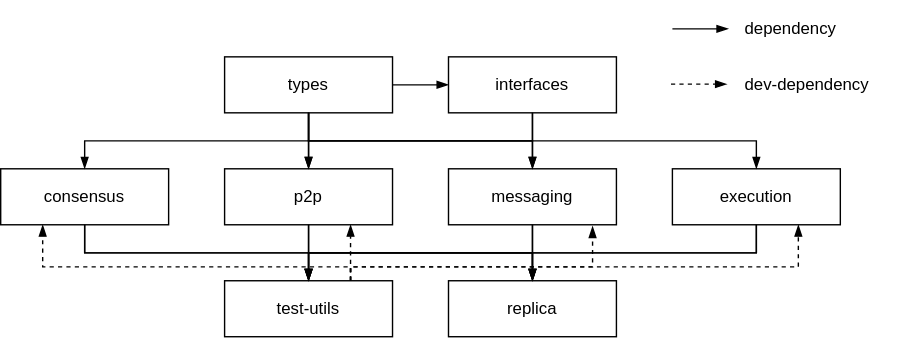
Above: images/03-dep-hubs.svg in roman-kashitsyn/mmapped.blog (draw.io), before the change. Source tidied: cells renumbered, new cells last; positions are measured from the earlier drawing's top-left corner, leaving out a move shared by most shapes.
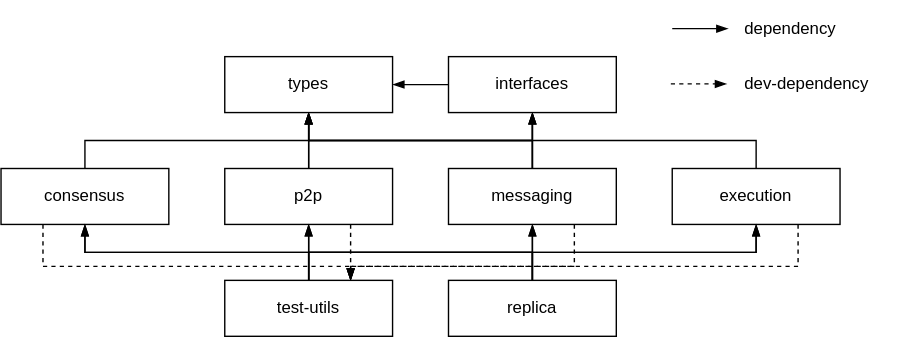
After the commit.

The edit, as a diff of the source:
```diff
@@ -2,102 +2,149 @@
   <root>
     <mxCell id="0" />
     <mxCell id="1" parent="0" />
-    <mxCell id="2" style="edgeStyle=orthogonalEdgeStyle;rounded=0;jettySize=auto;html=1;exitX=0.5;exitY=1;exitDx=0;exitDy=0;entryX=0.5;entryY=0;entryDx=0;entryDy=0;endArrow=blockThin;endFill=1;" parent="1" edge="1" source="7" target="16">
+    <mxCell id="2" style="edgeStyle=orthogonalEdgeStyle;rounded=0;jettySize=auto;html=1;exitX=0.5;exitY=0;exitDx=0;exitDy=0;entryX=0.5;entryY=1;entryDx=0;entryDy=0;endArrow=blockThin;endFill=1;" parent="1" edge="1" source="16" target="7">
       <mxGeometry relative="1" as="geometry" />
     </mxCell>
-    <mxCell id="3" style="edgeStyle=orthogonalEdgeStyle;rounded=0;jettySize=auto;html=1;exitX=0.5;exitY=1;exitDx=0;exitDy=0;entryX=0.5;entryY=0;entryDx=0;entryDy=0;endArrow=blockThin;endFill=1;" parent="1" edge="1" source="7" target="13">
+    <mxCell id="3" style="edgeStyle=orthogonalEdgeStyle;rounded=0;jettySize=auto;html=1;exitX=0.5;exitY=0;exitDx=0;exitDy=0;entryX=0.5;entryY=1;entryDx=0;entryDy=0;endArrow=blockThin;endFill=1;" parent="1" edge="1" source="13" target="7">
       <mxGeometry relative="1" as="geometry" />
     </mxCell>
-    <mxCell id="4" style="edgeStyle=orthogonalEdgeStyle;rounded=0;jettySize=auto;html=1;exitX=0.5;exitY=1;exitDx=0;exitDy=0;entryX=0.5;entryY=0;entryDx=0;entryDy=0;endArrow=blockThin;endFill=1;" parent="1" edge="1" source="7" target="19">
+    <mxCell id="4" style="edgeStyle=orthogonalEdgeStyle;rounded=0;jettySize=auto;html=1;exitX=0.5;exitY=0;exitDx=0;exitDy=0;entryX=0.5;entryY=1;entryDx=0;entryDy=0;endArrow=blockThin;endFill=1;" parent="1" edge="1" source="19" target="7">
       <mxGeometry relative="1" as="geometry" />
     </mxCell>
-    <mxCell id="5" style="edgeStyle=orthogonalEdgeStyle;rounded=0;jettySize=auto;html=1;exitX=0.5;exitY=1;exitDx=0;exitDy=0;endArrow=blockThin;endFill=1;" parent="1" edge="1" source="7" target="22">
-      <mxGeometry relative="1" as="geometry" />
+    <mxCell id="5" style="edgeStyle=orthogonalEdgeStyle;rounded=0;jettySize=auto;html=1;endArrow=blockThin;endFill=1;entryX=0.5;entryY=1;entryDx=0;entryDy=0;" parent="1" edge="1" source="22" target="7">
+      <mxGeometry relative="1" as="geometry">
+        <Array as="points">
+          <mxPoint x="540" y="100" />
+          <mxPoint x="220" y="100" />
+        </Array>
+      </mxGeometry>
     </mxCell>
-    <mxCell id="6" style="edgeStyle=orthogonalEdgeStyle;rounded=0;jettySize=auto;html=1;exitX=1;exitY=0.5;exitDx=0;exitDy=0;entryX=0;entryY=0.5;entryDx=0;entryDy=0;endArrow=blockThin;endFill=1;" parent="1" edge="1" source="7" target="10">
+    <mxCell id="6" style="edgeStyle=orthogonalEdgeStyle;rounded=0;jettySize=auto;html=1;exitX=0;exitY=0.5;exitDx=0;exitDy=0;entryX=1;entryY=0.5;entryDx=0;entryDy=0;endArrow=blockThin;endFill=1;" parent="1" edge="1" source="10" target="7">
       <mxGeometry relative="1" as="geometry" />
     </mxCell>
     <mxCell id="7" value="types" style="rounded=0;whiteSpace=wrap;html=1;fillColor=none;" parent="1" vertex="1">
       <mxGeometry x="160" y="40" width="120" height="40" as="geometry" />
     </mxCell>
-    <mxCell id="8" style="edgeStyle=orthogonalEdgeStyle;rounded=0;jettySize=auto;html=1;exitX=0.5;exitY=1;exitDx=0;exitDy=0;entryX=0.5;entryY=0;entryDx=0;entryDy=0;endArrow=blockThin;endFill=1;" parent="1" edge="1" source="10" target="19">
-      <mxGeometry relative="1" as="geometry" />
+    <mxCell id="8" style="edgeStyle=orthogonalEdgeStyle;rounded=0;jettySize=auto;html=1;exitX=0.5;exitY=0;exitDx=0;exitDy=0;entryX=0.5;entryY=1;entryDx=0;entryDy=0;endArrow=blockThin;endFill=1;" parent="1" edge="1" source="19" target="10">
+      <mxGeometry relative="1" as="geometry">
+        <Array as="points">
+          <mxPoint x="380" y="110" />
+          <mxPoint x="380" y="110" />
+        </Array>
+      </mxGeometry>
     </mxCell>
-    <mxCell id="9" style="edgeStyle=orthogonalEdgeStyle;rounded=0;jettySize=auto;html=1;exitX=0.5;exitY=1;exitDx=0;exitDy=0;entryX=0.5;entryY=0;entryDx=0;entryDy=0;endArrow=blockThin;endFill=1;" parent="1" edge="1" source="10" target="16">
-      <mxGeometry relative="1" as="geometry" />
+    <mxCell id="9" style="edgeStyle=orthogonalEdgeStyle;rounded=0;jettySize=auto;html=1;exitX=0.5;exitY=0;exitDx=0;exitDy=0;entryX=0.5;entryY=1;entryDx=0;entryDy=0;endArrow=blockThin;endFill=1;" parent="1" edge="1" source="16" target="10">
+      <mxGeometry relative="1" as="geometry">
+        <Array as="points">
+          <mxPoint x="220" y="100" />
+          <mxPoint x="380" y="100" />
+        </Array>
+      </mxGeometry>
     </mxCell>
     <mxCell id="10" value="interfaces" style="rounded=0;whiteSpace=wrap;html=1;fillColor=none;" parent="1" vertex="1">
       <mxGeometry x="320" y="40" width="120" height="40" as="geometry" />
     </mxCell>
-    <mxCell id="11" style="edgeStyle=orthogonalEdgeStyle;rounded=0;jettySize=auto;html=1;exitX=0.5;exitY=1;exitDx=0;exitDy=0;endArrow=blockThin;endFill=1;" parent="1" edge="1" source="13">
-      <mxGeometry relative="1" as="geometry">
-        <mxPoint x="220" y="200" as="targetPoint" />
-      </mxGeometry>
+    <mxCell id="11" style="edgeStyle=orthogonalEdgeStyle;rounded=0;jettySize=auto;html=1;exitX=0.5;exitY=0;exitDx=0;exitDy=0;endArrow=blockThin;endFill=1;entryX=0.5;entryY=1;entryDx=0;entryDy=0;" parent="1" edge="1" source="28" target="13">
+      <mxGeometry relative="1" as="geometry" />
     </mxCell>
-    <mxCell id="12" style="edgeStyle=orthogonalEdgeStyle;rounded=0;jettySize=auto;html=1;exitX=0.5;exitY=1;exitDx=0;exitDy=0;endArrow=blockThin;endFill=1;" parent="1" edge="1" source="13" target="23">
-      <mxGeometry relative="1" as="geometry" />
+    <mxCell id="12" style="edgeStyle=orthogonalEdgeStyle;rounded=0;jettySize=auto;html=1;endArrow=blockThin;endFill=1;entryX=0.5;entryY=1;entryDx=0;entryDy=0;" parent="1" edge="1" source="23" target="13">
+      <mxGeometry relative="1" as="geometry">
+        <Array as="points">
+          <mxPoint x="380" y="180" />
+          <mxPoint x="60" y="180" />
+        </Array>
+      </mxGeometry>
     </mxCell>
     <mxCell id="13" value="consensus" style="rounded=0;whiteSpace=wrap;html=1;fillColor=none;" parent="1" vertex="1">
       <mxGeometry y="120" width="120" height="40" as="geometry" />
     </mxCell>
-    <mxCell id="14" style="edgeStyle=orthogonalEdgeStyle;rounded=0;jettySize=auto;html=1;exitX=0.5;exitY=1;exitDx=0;exitDy=0;entryX=0.5;entryY=0;entryDx=0;entryDy=0;endArrow=blockThin;endFill=1;" parent="1" edge="1" source="16" target="28">
-      <mxGeometry relative="1" as="geometry" />
+    <mxCell id="14" style="edgeStyle=orthogonalEdgeStyle;rounded=0;jettySize=auto;html=1;exitX=0.5;exitY=0;exitDx=0;exitDy=0;entryX=0.5;entryY=1;entryDx=0;entryDy=0;endArrow=blockThin;endFill=1;" parent="1" edge="1" source="28" target="16">
+      <mxGeometry relative="1" as="geometry">
+        <Array as="points">
+          <mxPoint x="220" y="180" />
+          <mxPoint x="220" y="180" />
+        </Array>
+      </mxGeometry>
     </mxCell>
-    <mxCell id="15" style="edgeStyle=orthogonalEdgeStyle;rounded=0;jettySize=auto;html=1;exitX=0.5;exitY=1;exitDx=0;exitDy=0;entryX=0.5;entryY=0;entryDx=0;entryDy=0;endArrow=blockThin;endFill=1;" parent="1" edge="1" source="16" target="23">
-      <mxGeometry relative="1" as="geometry" />
+    <mxCell id="15" style="edgeStyle=orthogonalEdgeStyle;rounded=0;jettySize=auto;html=1;exitX=0.5;exitY=0;exitDx=0;exitDy=0;entryX=0.5;entryY=1;entryDx=0;entryDy=0;endArrow=blockThin;endFill=1;" parent="1" edge="1" source="23" target="16">
+      <mxGeometry relative="1" as="geometry">
+        <Array as="points">
+          <mxPoint x="380" y="180" />
+          <mxPoint x="220" y="180" />
+        </Array>
+      </mxGeometry>
     </mxCell>
     <mxCell id="16" value="p2p" style="rounded=0;whiteSpace=wrap;html=1;fillColor=none;" parent="1" vertex="1">
       <mxGeometry x="160" y="120" width="120" height="40" as="geometry" />
     </mxCell>
-    <mxCell id="17" style="edgeStyle=orthogonalEdgeStyle;rounded=0;jettySize=auto;html=1;exitX=0.5;exitY=1;exitDx=0;exitDy=0;endArrow=blockThin;endFill=1;" parent="1" edge="1" source="19">
+    <mxCell id="17" style="edgeStyle=orthogonalEdgeStyle;rounded=0;jettySize=auto;html=1;endArrow=blockThin;endFill=1;entryX=0.5;entryY=1;entryDx=0;entryDy=0;exitX=0.5;exitY=0;exitDx=0;exitDy=0;" parent="1" edge="1" source="28" target="19">
       <mxGeometry relative="1" as="geometry">
-        <mxPoint x="220" y="200" as="targetPoint" />
+        <Array as="points">
+          <mxPoint x="220" y="180" />
+          <mxPoint x="380" y="180" />
+        </Array>
       </mxGeometry>
     </mxCell>
-    <mxCell id="18" style="edgeStyle=orthogonalEdgeStyle;rounded=0;jettySize=auto;html=1;exitX=0.5;exitY=1;exitDx=0;exitDy=0;endArrow=blockThin;endFill=1;" parent="1" edge="1" source="19">
-      <mxGeometry relative="1" as="geometry">
-        <mxPoint x="380" y="200" as="targetPoint" />
-      </mxGeometry>
-    </mxCell>
+    <mxCell id="33" style="edgeStyle=orthogonalEdgeStyle;rounded=0;jettySize=auto;html=1;endArrow=blockThin;endFill=1;" parent="1" edge="1" source="19" target="10">
+      <mxGeometry relative="1" as="geometry">
+        <Array as="points">
+          <mxPoint x="380" y="110" />
+          <mxPoint x="380" y="110" />
+        </Array>
+      </mxGeometry>
+    </mxCell>
     <mxCell id="19" value="messaging" style="rounded=0;whiteSpace=wrap;html=1;fillColor=none;" parent="1" vertex="1">
       <mxGeometry x="320" y="120" width="120" height="40" as="geometry" />
     </mxCell>
-    <mxCell id="20" style="edgeStyle=orthogonalEdgeStyle;rounded=0;jettySize=auto;html=1;exitX=0.5;exitY=1;exitDx=0;exitDy=0;entryX=0.5;entryY=0;entryDx=0;entryDy=0;endArrow=blockThin;endFill=1;" parent="1" edge="1" source="22" target="28">
+    <mxCell id="20" style="edgeStyle=orthogonalEdgeStyle;rounded=0;jettySize=auto;html=1;exitX=0.5;exitY=0;exitDx=0;exitDy=0;entryX=0.5;entryY=1;entryDx=0;entryDy=0;endArrow=blockThin;endFill=1;" parent="1" edge="1" source="28" target="22">
       <mxGeometry relative="1" as="geometry" />
     </mxCell>
-    <mxCell id="21" style="edgeStyle=orthogonalEdgeStyle;rounded=0;jettySize=auto;html=1;exitX=0.5;exitY=1;exitDx=0;exitDy=0;entryX=0.5;entryY=0;entryDx=0;entryDy=0;endArrow=blockThin;endFill=1;" parent="1" edge="1" source="22" target="23">
-      <mxGeometry relative="1" as="geometry" />
+    <mxCell id="21" style="edgeStyle=orthogonalEdgeStyle;rounded=0;jettySize=auto;html=1;exitX=0.5;exitY=0;exitDx=0;exitDy=0;entryX=0.5;entryY=1;entryDx=0;entryDy=0;endArrow=blockThin;endFill=1;" parent="1" edge="1" source="23" target="22">
+      <mxGeometry relative="1" as="geometry">
+        <Array as="points">
+          <mxPoint x="380" y="180" />
+          <mxPoint x="540" y="180" />
+        </Array>
+      </mxGeometry>
     </mxCell>
     <mxCell id="22" value="execution" style="rounded=0;whiteSpace=wrap;html=1;fillColor=none;" parent="1" vertex="1">
       <mxGeometry x="480" y="120" width="120" height="40" as="geometry" />
     </mxCell>
+    <mxCell id="34" style="edgeStyle=orthogonalEdgeStyle;rounded=0;jettySize=auto;html=1;exitX=0.5;exitY=0;exitDx=0;exitDy=0;endArrow=blockThin;endFill=1;" parent="1" edge="1" source="23" target="19">
+      <mxGeometry relative="1" as="geometry" />
+    </mxCell>
     <mxCell id="23" value="replica" style="rounded=0;whiteSpace=wrap;html=1;fillColor=none;" parent="1" vertex="1">
       <mxGeometry x="320" y="200" width="120" height="40" as="geometry" />
     </mxCell>
-    <mxCell id="24" style="edgeStyle=orthogonalEdgeStyle;rounded=0;jettySize=auto;html=1;exitX=0.75;exitY=0;exitDx=0;exitDy=0;entryX=0.75;entryY=1;entryDx=0;entryDy=0;dashed=1;endArrow=blockThin;endFill=1;" parent="1" edge="1" source="28" target="16">
-      <mxGeometry relative="1" as="geometry" />
+    <mxCell id="24" style="edgeStyle=orthogonalEdgeStyle;rounded=0;jettySize=auto;html=1;exitX=0.75;exitY=1;exitDx=0;exitDy=0;entryX=0.75;entryY=0;entryDx=0;entryDy=0;dashed=1;endArrow=blockThin;endFill=1;" parent="1" edge="1" source="16" target="28">
+      <mxGeometry relative="1" as="geometry">
+        <Array as="points">
+          <mxPoint x="250" y="170" />
+          <mxPoint x="250" y="170" />
+        </Array>
+      </mxGeometry>
     </mxCell>
-    <mxCell id="25" style="edgeStyle=orthogonalEdgeStyle;rounded=0;jettySize=auto;html=1;exitX=0.75;exitY=0;exitDx=0;exitDy=0;entryX=0.858;entryY=1.025;entryDx=0;entryDy=0;entryPerimeter=0;dashed=1;endArrow=blockThin;endFill=1;" parent="1" edge="1" source="28" target="19">
+    <mxCell id="25" style="edgeStyle=orthogonalEdgeStyle;rounded=0;jettySize=auto;html=1;entryX=0.75;entryY=0;entryDx=0;entryDy=0;dashed=1;endArrow=blockThin;endFill=1;exitX=0.75;exitY=1;exitDx=0;exitDy=0;" parent="1" edge="1" source="19" target="28">
       <mxGeometry relative="1" as="geometry">
         <Array as="points">
+          <mxPoint x="410" y="190" />
           <mxPoint x="250" y="190" />
-          <mxPoint x="423" y="190" />
         </Array>
       </mxGeometry>
     </mxCell>
-    <mxCell id="26" style="edgeStyle=orthogonalEdgeStyle;rounded=0;jettySize=auto;html=1;exitX=0.75;exitY=0;exitDx=0;exitDy=0;entryX=0.75;entryY=1;entryDx=0;entryDy=0;dashed=1;endArrow=blockThin;endFill=1;" parent="1" edge="1" source="28" target="22">
+    <mxCell id="26" style="edgeStyle=orthogonalEdgeStyle;rounded=0;jettySize=auto;html=1;exitX=0.75;exitY=1;exitDx=0;exitDy=0;entryX=0.75;entryY=0;entryDx=0;entryDy=0;dashed=1;endArrow=blockThin;endFill=1;" parent="1" edge="1" source="22" target="28">
       <mxGeometry relative="1" as="geometry">
         <Array as="points">
+          <mxPoint x="570" y="190" />
           <mxPoint x="250" y="190" />
-          <mxPoint x="570" y="190" />
         </Array>
       </mxGeometry>
     </mxCell>
-    <mxCell id="27" style="edgeStyle=orthogonalEdgeStyle;rounded=0;jettySize=auto;html=1;exitX=0.75;exitY=0;exitDx=0;exitDy=0;entryX=0.25;entryY=1;entryDx=0;entryDy=0;dashed=1;endArrow=blockThin;endFill=1;" parent="1" edge="1" source="28" target="13">
+    <mxCell id="27" style="edgeStyle=orthogonalEdgeStyle;rounded=0;jettySize=auto;html=1;exitX=0.25;exitY=1;exitDx=0;exitDy=0;dashed=1;endArrow=blockThin;endFill=1;entryX=0.75;entryY=0;entryDx=0;entryDy=0;" parent="1" edge="1" source="13" target="28">
       <mxGeometry relative="1" as="geometry">
         <Array as="points">
+          <mxPoint x="30" y="190" />
           <mxPoint x="250" y="190" />
-          <mxPoint x="30" y="190" />
         </Array>
       </mxGeometry>
     </mxCell>
```
